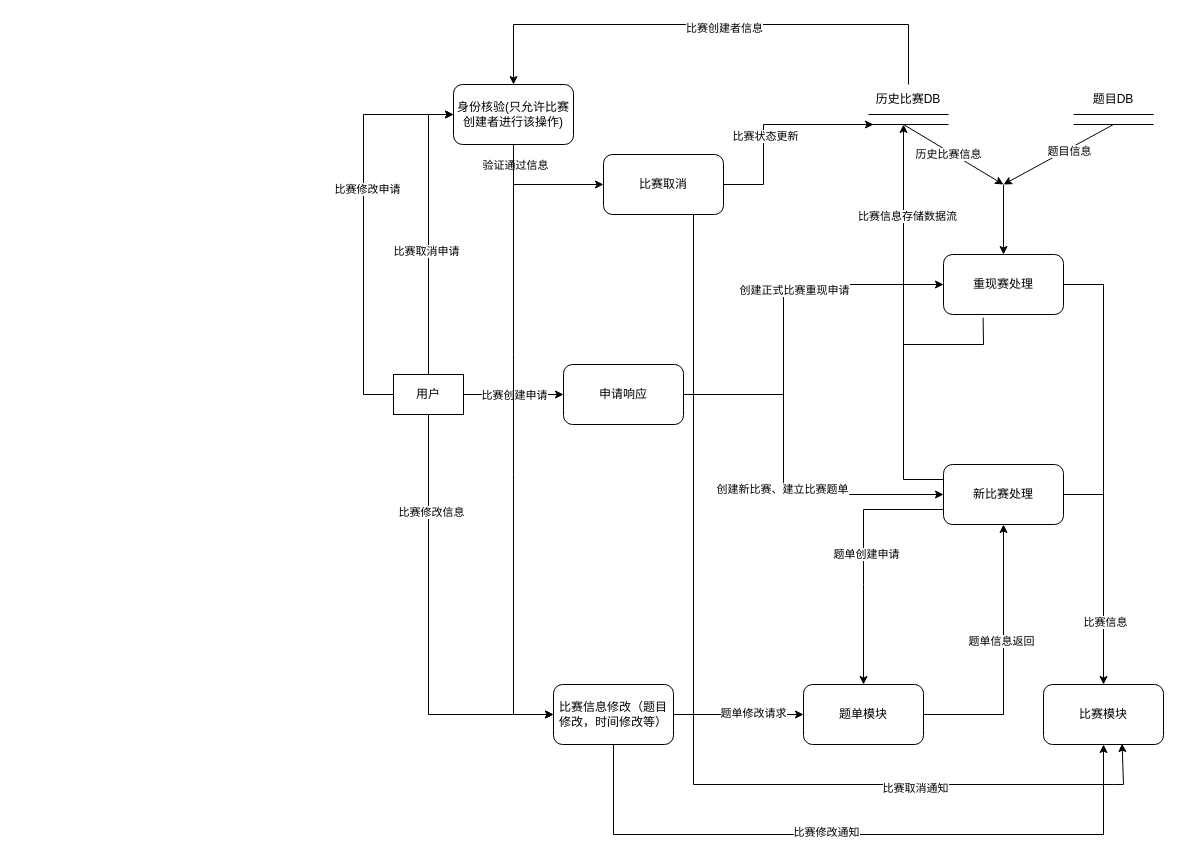
12MegaA21/CodeCode keeps this draw.io diagram as 分析文档/2.4 比赛创建细化.drawio. Above is the earlier version. Source tidied: cells renumbered, new cells numbered last; positions are measured from the earlier drawing's top-left corner, leaving out a move shared by most shapes. Both pictures are drawn from the tidied source at 100%, with x=0, y=0 at pixel (363, 24).
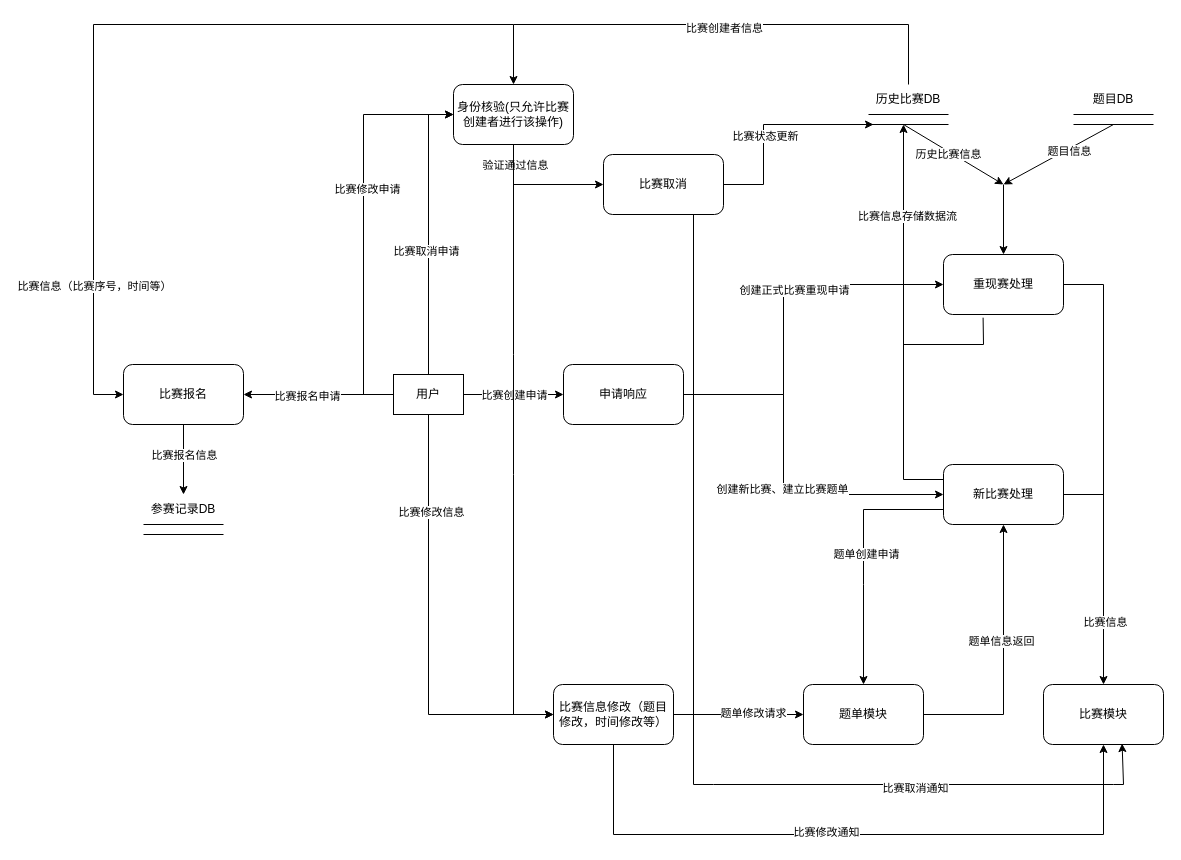
The same page after the edit.

Commit message:
更新2.4 比赛创建细化.drawio

Unchanged cells that the change refers to:
```xml
<mxCell id="17" value="比赛模块" style="rounded=1;whiteSpace=wrap;html=1;" parent="1" vertex="1">
  <mxGeometry x="680" y="660" width="120" height="60" as="geometry" />
</mxCell>
<mxCell id="46" value="比赛取消" style="rounded=1;whiteSpace=wrap;html=1;" parent="1" vertex="1">
  <mxGeometry x="240" y="130" width="120" height="60" as="geometry" />
</mxCell>
```

The edit, as a diff of the source:
```diff
@@
     <mxCell id="49" style="endArrow=classic;html=1;rounded=0;exitX=0.75;exitY=1;exitDx=0;exitDy=0;entryX=0.655;entryY=0.985;entryDx=0;entryDy=0;entryPerimeter=0;" parent="1" edge="1" source="46" target="17">
       <mxGeometry relative="1" as="geometry">
         <Array as="points">
           <mxPoint x="330" y="760" />
+          <mxPoint x="350" y="760" />
           <mxPoint x="750" y="760" />
           <mxPoint x="760" y="760" />
         </Array>
       </mxGeometry>
     </mxCell>
@@
+    <mxCell id="61" style="endArrow=classic;html=1;rounded=0;" parent="1" edge="1">
+      <mxGeometry relative="1" as="geometry">
+        <mxPoint x="30" y="370" as="sourcePoint" />
+        <mxPoint x="-120" y="370" as="targetPoint" />
+      </mxGeometry>
+    </mxCell>
+    <mxCell id="62" value="比赛报名申请" style="edgeLabel;html=1;align=center;verticalAlign=middle;" parent="61" vertex="1">
+      <mxGeometry x="0.16" y="1" relative="1" as="geometry" />
+    </mxCell>
+    <mxCell id="63" value="比赛报名" style="rounded=1;whiteSpace=wrap;html=1;" parent="1" vertex="1">
+      <mxGeometry x="-240" y="340" width="120" height="60" as="geometry" />
+    </mxCell>
+    <mxCell id="64" style="endArrow=classic;html=1;rounded=0;entryX=0;entryY=0.5;entryDx=0;entryDy=0;" parent="1" edge="1" target="63">
+      <mxGeometry relative="1" as="geometry">
+        <mxPoint x="150" as="sourcePoint" />
+        <Array as="points">
+          <mxPoint x="-270" />
+          <mxPoint x="-270" y="370" />
+        </Array>
+      </mxGeometry>
+    </mxCell>
+    <mxCell id="65" value="比赛信息（比赛序号，时间等）" style="edgeLabel;html=1;align=center;verticalAlign=middle;" parent="64" vertex="1">
+      <mxGeometry x="0.66" relative="1" as="geometry" />
+    </mxCell>
+    <mxCell id="66" style="endArrow=classic;html=1;rounded=0;exitX=0.5;exitY=1;exitDx=0;exitDy=0;" parent="1" edge="1" source="63">
+      <mxGeometry relative="1" as="geometry">
+        <mxPoint x="-180" y="470" as="targetPoint" />
+      </mxGeometry>
+    </mxCell>
+    <mxCell id="67" value="比赛报名信息" style="edgeLabel;html=1;align=center;verticalAlign=middle;" parent="66" vertex="1">
+      <mxGeometry x="-0.42" y="-3" relative="1" as="geometry">
+        <mxPoint x="3" y="10" as="offset" />
+      </mxGeometry>
+    </mxCell>
+    <mxCell id="68" style="group;" parent="1" vertex="1">
+      <mxGeometry x="-225" y="470" width="90" height="40" as="geometry" />
+    </mxCell>
+    <mxCell id="69" style="group;" parent="68" vertex="1">
+      <mxGeometry x="5" y="30" width="80" height="10" as="geometry" />
+    </mxCell>
+    <mxCell id="70" style="endArrow=none;html=1;rounded=0;" parent="69" edge="1">
+      <mxGeometry relative="1" as="geometry">
+        <mxPoint as="sourcePoint" />
+        <mxPoint x="80" as="targetPoint" />
+      </mxGeometry>
+    </mxCell>
+    <mxCell id="71" style="endArrow=none;html=1;rounded=0;" parent="69" edge="1">
+      <mxGeometry relative="1" as="geometry">
+        <mxPoint y="10" as="sourcePoint" />
+        <mxPoint x="80" y="10" as="targetPoint" />
+      </mxGeometry>
+    </mxCell>
+    <mxCell id="72" value="参赛记录DB" style="text;html=1;strokeColor=none;fillColor=none;align=center;verticalAlign=middle;whiteSpace=wrap;rounded=0;" parent="68" vertex="1">
+      <mxGeometry width="90" height="30" as="geometry" />
+    </mxCell>
```
